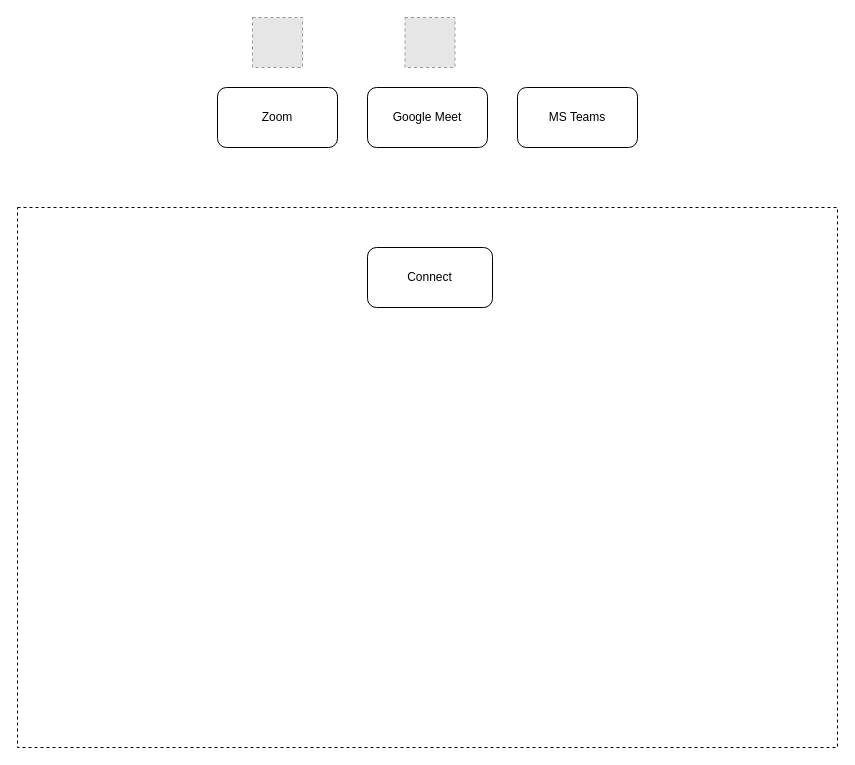
Before: posts/py-meet/charts.drawio in dimastatz/dimastatz.github.io, a draw.io diagram. Source tidied: cells renumbered, new cells numbered last; positions are measured from the earlier drawing's top-left corner, leaving out a move shared by most shapes. Both pictures are drawn from the tidied source at 100%, with x=0, y=0 at pixel (17, 17). Pictures stored in the file or linked from it are replaced by grey dashed boxes.
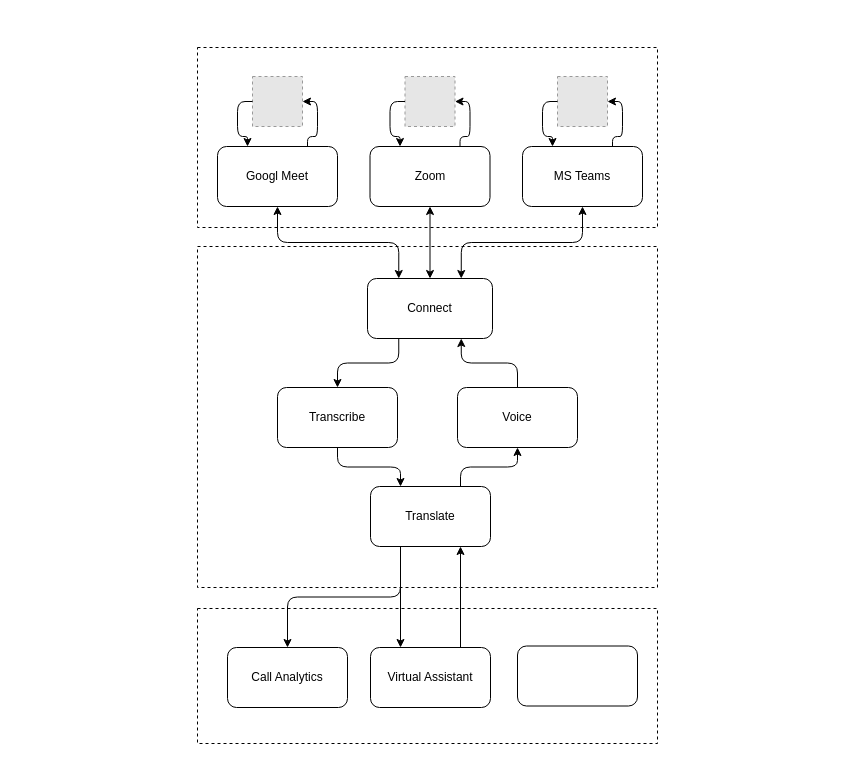
The same page after the edit.

Commit message:
add google meeting

What changed in the source:
```diff
@@
+    <mxCell id="9" style="rounded=0;whiteSpace=wrap;html=1;fillColor=none;dashed=1;" parent="1" vertex="1">
+      <mxGeometry x="180" y="30" width="460" height="180" as="geometry" />
+    </mxCell>
     <mxCell id="2" style="rounded=0;whiteSpace=wrap;html=1;fillColor=none;dashed=1;" parent="1" vertex="1">
-      <mxGeometry y="190" width="820" height="540" as="geometry" />
+      <mxGeometry x="180" y="229" width="460" height="341" as="geometry" />
     </mxCell>
-    <mxCell id="3" value="Connect" style="rounded=1;whiteSpace=wrap;html=1;" parent="1" vertex="1">
-      <mxGeometry x="350" y="230" width="125" height="60" as="geometry" />
+    <mxCell id="3" value="Connect" style="rounded=1;whiteSpace=wrap;html=1;fillColor=default;" parent="1" vertex="1">
+      <mxGeometry x="350" y="261" width="125" height="60" as="geometry" />
     </mxCell>
-    <mxCell id="4" value="Google Meet" style="rounded=1;whiteSpace=wrap;html=1;fillColor=none;" parent="1" vertex="1">
-      <mxGeometry x="350" y="70" width="120" height="60" as="geometry" />
-    </mxCell>
-    <mxCell id="5" value="Zoom" style="rounded=1;whiteSpace=wrap;html=1;fillColor=none;" parent="1" vertex="1">
-      <mxGeometry x="200" y="70" width="120" height="60" as="geometry" />
+    <mxCell id="5" value="Googl Meet" style="rounded=1;whiteSpace=wrap;html=1;fillColor=default;" parent="1" vertex="1">
+      <mxGeometry x="200" y="129" width="120" height="60" as="geometry" />
     </mxCell>
+    <mxCell id="7" style="fillColor=#E6E6E6;strokeColor=#999999;dashed=1;verticalLabelPosition=bottom;labelBackgroundColor=default;verticalAlign=top;" parent="1" vertex="1">
+      <mxGeometry x="235" y="59" width="50" height="50" as="geometry" />
+    </mxCell>
+    <mxCell id="10" style="endArrow=classic;html=1;exitX=0;exitY=0.5;exitDx=0;exitDy=0;entryX=0.25;entryY=0;entryDx=0;entryDy=0;edgeStyle=orthogonalEdgeStyle;" parent="1" edge="1" source="7" target="5">
+      <mxGeometry relative="1" as="geometry">
+        <Array as="points">
+          <mxPoint x="220" y="84" />
+          <mxPoint x="220" y="119" />
+          <mxPoint x="230" y="119" />
+        </Array>
+      </mxGeometry>
+    </mxCell>
+    <mxCell id="11" style="endArrow=classic;html=1;exitX=0.75;exitY=0;exitDx=0;exitDy=0;edgeStyle=orthogonalEdgeStyle;entryX=1;entryY=0.5;entryDx=0;entryDy=0;" parent="1" edge="1" source="5" target="7">
+      <mxGeometry relative="1" as="geometry">
+        <Array as="points">
+          <mxPoint x="290" y="119" />
+          <mxPoint x="300" y="119" />
+          <mxPoint x="300" y="84" />
+        </Array>
+      </mxGeometry>
+    </mxCell>
+    <mxCell id="12" value="Zoom" style="rounded=1;whiteSpace=wrap;html=1;fillColor=default;" parent="1" vertex="1">
+      <mxGeometry x="352.5" y="129" width="120" height="60" as="geometry" />
+    </mxCell>
+    <mxCell id="13" style="fillColor=#E6E6E6;strokeColor=#999999;dashed=1;verticalLabelPosition=bottom;labelBackgroundColor=default;verticalAlign=top;" parent="1" vertex="1">
+      <mxGeometry x="387.5" y="59" width="50" height="50" as="geometry" />
+    </mxCell>
+    <mxCell id="14" style="endArrow=classic;html=1;exitX=0;exitY=0.5;exitDx=0;exitDy=0;entryX=0.25;entryY=0;entryDx=0;entryDy=0;edgeStyle=orthogonalEdgeStyle;" parent="1" edge="1" source="13" target="12">
+      <mxGeometry relative="1" as="geometry">
+        <Array as="points">
+          <mxPoint x="372.5" y="84" />
+          <mxPoint x="372.5" y="119" />
+          <mxPoint x="382.5" y="119" />
+        </Array>
+      </mxGeometry>
+    </mxCell>
+    <mxCell id="15" style="endArrow=classic;html=1;exitX=0.75;exitY=0;exitDx=0;exitDy=0;edgeStyle=orthogonalEdgeStyle;entryX=1;entryY=0.5;entryDx=0;entryDy=0;" parent="1" edge="1" source="12" target="13">
+      <mxGeometry relative="1" as="geometry">
+        <Array as="points">
+          <mxPoint x="442.5" y="119" />
+          <mxPoint x="452.5" y="119" />
+          <mxPoint x="452.5" y="84" />
+        </Array>
+      </mxGeometry>
+    </mxCell>
-    <mxCell id="6" value="MS Teams" style="rounded=1;whiteSpace=wrap;html=1;fillColor=none;" parent="1" vertex="1">
-      <mxGeometry x="500" y="70" width="120" height="60" as="geometry" />
+    <mxCell id="6" value="MS Teams" style="rounded=1;whiteSpace=wrap;html=1;fillColor=default;" parent="1" vertex="1">
+      <mxGeometry x="505" y="129" width="120" height="60" as="geometry" />
     </mxCell>
-    <mxCell id="7" style="fillColor=#E6E6E6;strokeColor=#999999;dashed=1;verticalLabelPosition=bottom;labelBackgroundColor=default;verticalAlign=top;" parent="1" vertex="1">
-      <mxGeometry x="235" width="50" height="50" as="geometry" />
-    </mxCell>
-    <mxCell id="8" style="fillColor=#E6E6E6;strokeColor=#999999;dashed=1;verticalLabelPosition=bottom;labelBackgroundColor=default;verticalAlign=top;" parent="1" vertex="1">
-      <mxGeometry x="387.5" width="50" height="50" as="geometry" />
-    </mxCell>
+    <mxCell id="16" style="fillColor=#E6E6E6;strokeColor=#999999;dashed=1;verticalLabelPosition=bottom;labelBackgroundColor=default;verticalAlign=top;" parent="1" vertex="1">
+      <mxGeometry x="540" y="59" width="50" height="50" as="geometry" />
+    </mxCell>
+    <mxCell id="17" style="endArrow=classic;html=1;exitX=0;exitY=0.5;exitDx=0;exitDy=0;entryX=0.25;entryY=0;entryDx=0;entryDy=0;edgeStyle=orthogonalEdgeStyle;" parent="1" edge="1" source="16" target="6">
+      <mxGeometry relative="1" as="geometry">
+        <Array as="points">
+          <mxPoint x="525" y="84" />
+          <mxPoint x="525" y="119" />
+          <mxPoint x="535" y="119" />
+        </Array>
+      </mxGeometry>
+    </mxCell>
+    <mxCell id="18" style="endArrow=classic;html=1;exitX=0.75;exitY=0;exitDx=0;exitDy=0;edgeStyle=orthogonalEdgeStyle;entryX=1;entryY=0.5;entryDx=0;entryDy=0;" parent="1" edge="1" source="6" target="16">
+      <mxGeometry relative="1" as="geometry">
+        <Array as="points">
+          <mxPoint x="595" y="119" />
+          <mxPoint x="605" y="119" />
+          <mxPoint x="605" y="84" />
+        </Array>
+      </mxGeometry>
+    </mxCell>
+    <mxCell id="19" style="endArrow=classic;startArrow=classic;html=1;entryX=0.5;entryY=1;entryDx=0;entryDy=0;" parent="1" edge="1" source="3" target="12">
+      <mxGeometry relative="1" as="geometry" />
+    </mxCell>
+    <mxCell id="20" style="endArrow=classic;startArrow=classic;html=1;entryX=0.5;entryY=1;entryDx=0;entryDy=0;edgeStyle=orthogonalEdgeStyle;exitX=0.25;exitY=0;exitDx=0;exitDy=0;" parent="1" edge="1" source="3" target="5">
+      <mxGeometry relative="1" as="geometry" />
+    </mxCell>
+    <mxCell id="21" style="endArrow=classic;startArrow=classic;html=1;exitX=0.5;exitY=1;exitDx=0;exitDy=0;entryX=0.75;entryY=0;entryDx=0;entryDy=0;edgeStyle=orthogonalEdgeStyle;" parent="1" edge="1" source="6" target="3">
+      <mxGeometry relative="1" as="geometry" />
+    </mxCell>
+    <mxCell id="22" value="Transcribe" style="rounded=1;whiteSpace=wrap;html=1;fillColor=default;" parent="1" vertex="1">
+      <mxGeometry x="260" y="370" width="120" height="60" as="geometry" />
+    </mxCell>
+    <mxCell id="23" value="Voice" style="rounded=1;whiteSpace=wrap;html=1;fillColor=default;" parent="1" vertex="1">
+      <mxGeometry x="440" y="370" width="120" height="60" as="geometry" />
+    </mxCell>
+    <mxCell id="24" style="endArrow=classic;html=1;exitX=0.25;exitY=1;exitDx=0;exitDy=0;entryX=0.5;entryY=0;entryDx=0;entryDy=0;edgeStyle=orthogonalEdgeStyle;" parent="1" edge="1" source="3" target="22">
+      <mxGeometry relative="1" as="geometry" />
+    </mxCell>
+    <mxCell id="25" value="Translate" style="rounded=1;whiteSpace=wrap;html=1;fillColor=default;" parent="1" vertex="1">
+      <mxGeometry x="353" y="469" width="120" height="60" as="geometry" />
+    </mxCell>
+    <mxCell id="26" style="endArrow=classic;html=1;exitX=0.5;exitY=1;exitDx=0;exitDy=0;entryX=0.25;entryY=0;entryDx=0;entryDy=0;edgeStyle=orthogonalEdgeStyle;" parent="1" edge="1" source="22" target="25">
+      <mxGeometry relative="1" as="geometry" />
+    </mxCell>
+    <mxCell id="27" style="endArrow=classic;html=1;exitX=0.75;exitY=0;exitDx=0;exitDy=0;entryX=0.5;entryY=1;entryDx=0;entryDy=0;edgeStyle=orthogonalEdgeStyle;" parent="1" edge="1" source="25" target="23">
+      <mxGeometry relative="1" as="geometry" />
+    </mxCell>
+    <mxCell id="28" style="endArrow=classic;html=1;exitX=0.5;exitY=0;exitDx=0;exitDy=0;entryX=0.75;entryY=1;entryDx=0;entryDy=0;edgeStyle=orthogonalEdgeStyle;" parent="1" edge="1" source="23" target="3">
+      <mxGeometry relative="1" as="geometry" />
+    </mxCell>
+    <mxCell id="29" style="rounded=0;whiteSpace=wrap;html=1;fillColor=none;dashed=1;" parent="1" vertex="1">
+      <mxGeometry x="180" y="591" width="460" height="135" as="geometry" />
+    </mxCell>
+    <mxCell id="30" style="endArrow=classic;html=1;entryX=0.25;entryY=0;entryDx=0;entryDy=0;edgeStyle=orthogonalEdgeStyle;exitX=0.25;exitY=1;exitDx=0;exitDy=0;" parent="1" edge="1" source="25" target="32">
+      <mxGeometry relative="1" as="geometry" />
+    </mxCell>
+    <mxCell id="31" style="endArrow=classic;html=1;exitX=0.75;exitY=0;exitDx=0;exitDy=0;entryX=0.75;entryY=1;entryDx=0;entryDy=0;edgeStyle=orthogonalEdgeStyle;" parent="1" edge="1" source="32" target="25">
+      <mxGeometry relative="1" as="geometry" />
+    </mxCell>
+    <mxCell id="32" value="Virtual Assistant" style="rounded=1;whiteSpace=wrap;html=1;fillColor=default;" parent="1" vertex="1">
+      <mxGeometry x="353" y="630" width="120" height="60" as="geometry" />
+    </mxCell>
+    <mxCell id="33" style="rounded=1;whiteSpace=wrap;html=1;fillColor=default;" parent="1" vertex="1">
+      <mxGeometry x="500" y="628.5" width="120" height="60" as="geometry" />
+    </mxCell>
+    <mxCell id="34" value="Call Analytics" style="rounded=1;whiteSpace=wrap;html=1;fillColor=default;" parent="1" vertex="1">
+      <mxGeometry x="210" y="630" width="120" height="60" as="geometry" />
+    </mxCell>
+    <mxCell id="35" style="endArrow=classic;html=1;exitX=0.25;exitY=1;exitDx=0;exitDy=0;entryX=0.5;entryY=0;entryDx=0;entryDy=0;edgeStyle=orthogonalEdgeStyle;" parent="1" edge="1" source="25" target="34">
+      <mxGeometry relative="1" as="geometry" />
+    </mxCell>
```
